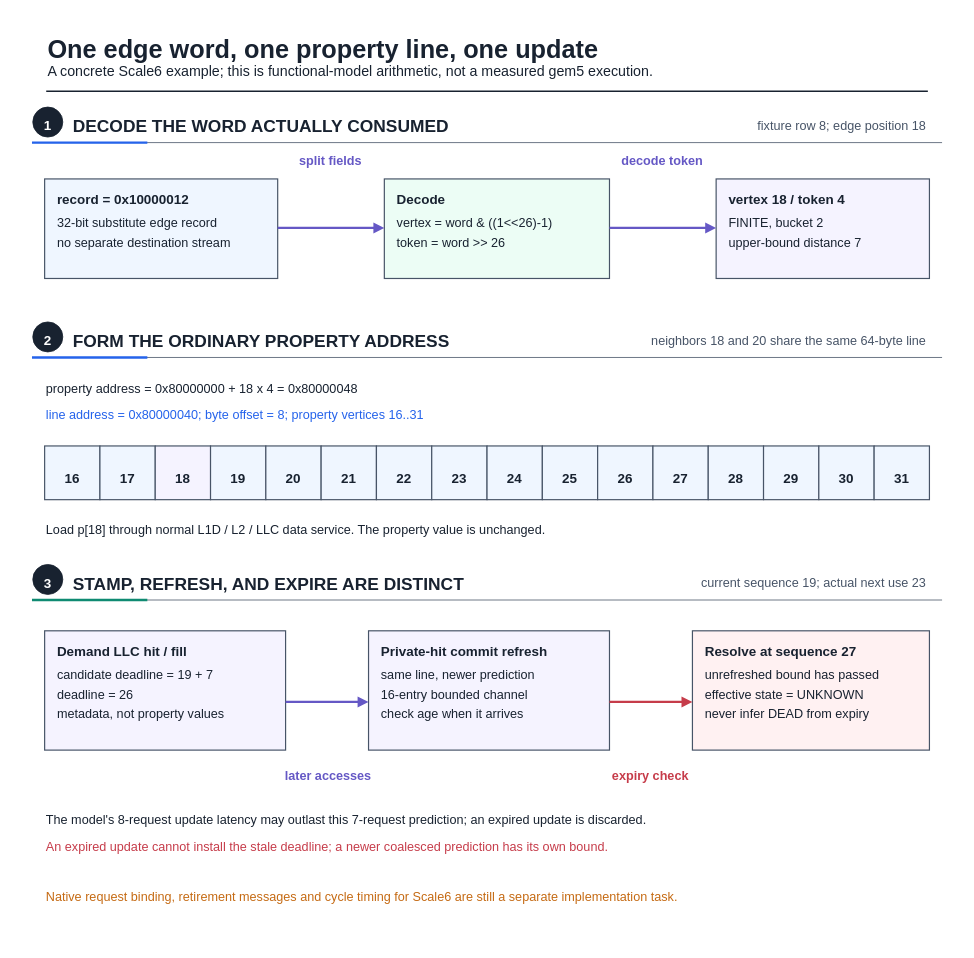
Earlier version of the draw.io diagram fig/wiki_src/property-to-cache-walkthrough/property-to-cache-walkthrough-f01-checked-request.drawio (UVA-LavaLab/ECG_GrAPL). Source tidied: cells renumbered, new cells numbered last; positions are measured from the earlier drawing's top-left corner, leaving out a move shared by most shapes. Both pictures are drawn from the tidied source at 79%, with x=0, y=0 at pixel (13, 13).
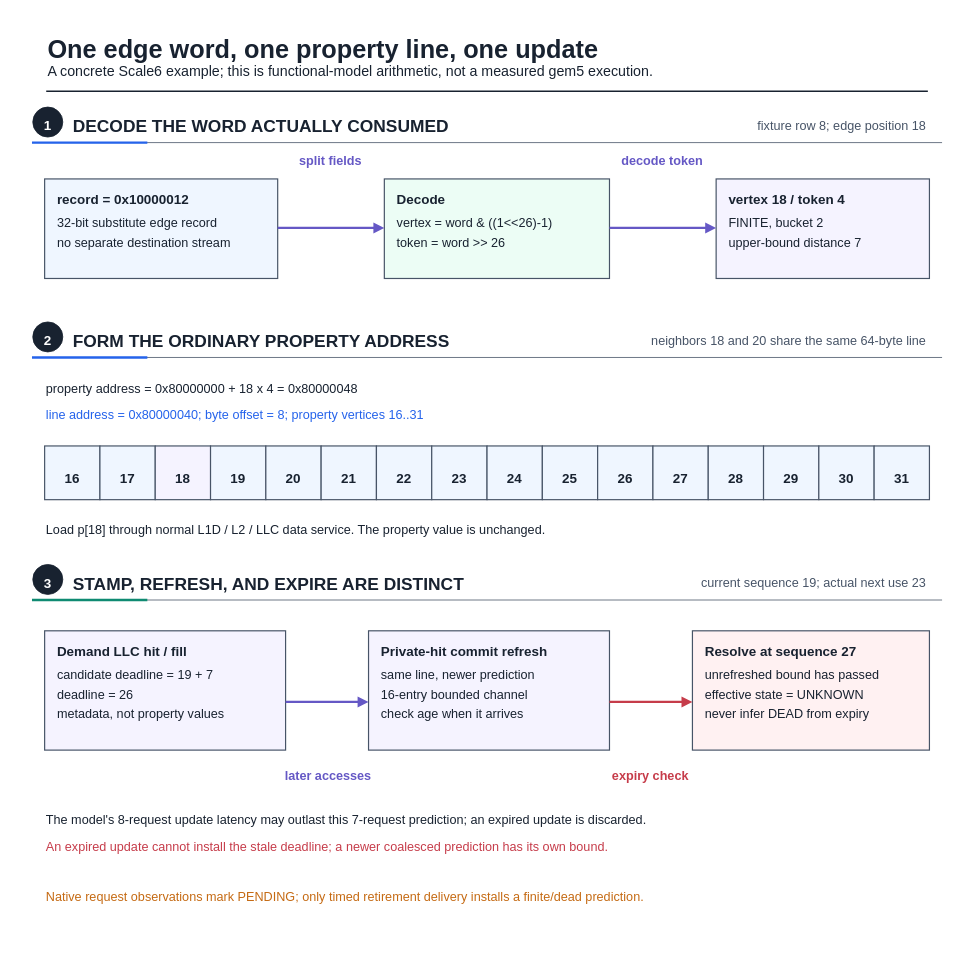
The same diagram, later.

Change to the diagram source:
```diff
@@
-    <mxCell id="96" value="Native request binding, retirement messages and cycle timing for Scale6 are still a separate implementation task." style="text;html=0;strokeColor=none;fillColor=none;align=left;verticalAlign=middle;fontFamily=Liberation Sans;fontSize=16;fontColor=#C56A13;fontStyle=0;" parent="1" vertex="1">
-      <mxGeometry x="40" y="1106.2" width="958.2" height="22.4" as="geometry" />
+    <mxCell id="96" value="Native request observations mark PENDING; only timed retirement delivery installs a finite/dead prediction." style="text;html=0;strokeColor=none;fillColor=none;align=left;verticalAlign=middle;fontFamily=Liberation Sans;fontSize=16;fontColor=#C56A13;fontStyle=0;" parent="1" vertex="1">
+      <mxGeometry x="40" y="1106.2" width="907.4" height="22.4" as="geometry" />
     </mxCell>
```
